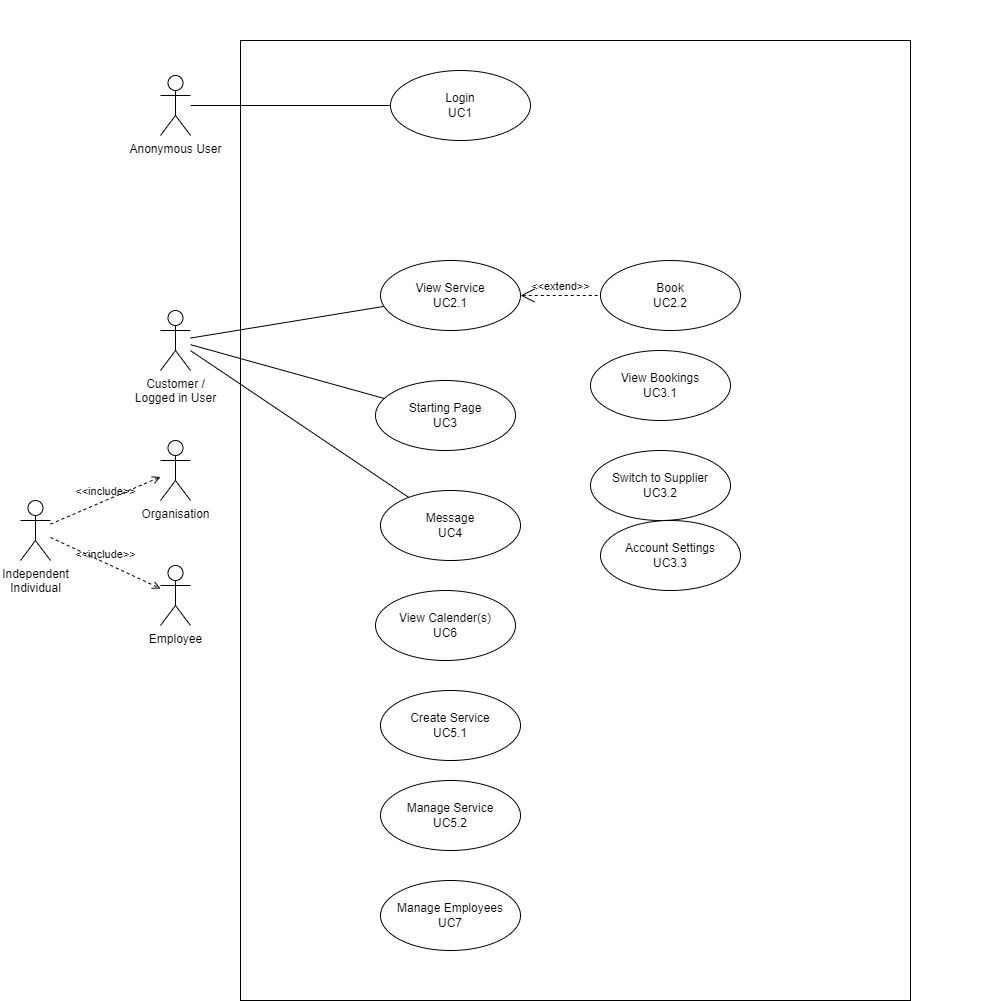
Humteria/booking-hive keeps this draw.io diagram as use-cases/use-cases.drawio.png. Above is the earlier version. Source tidied: cells renumbered, new cells last; positions are measured from the earlier drawing's top-left corner, leaving out a move shared by most shapes.
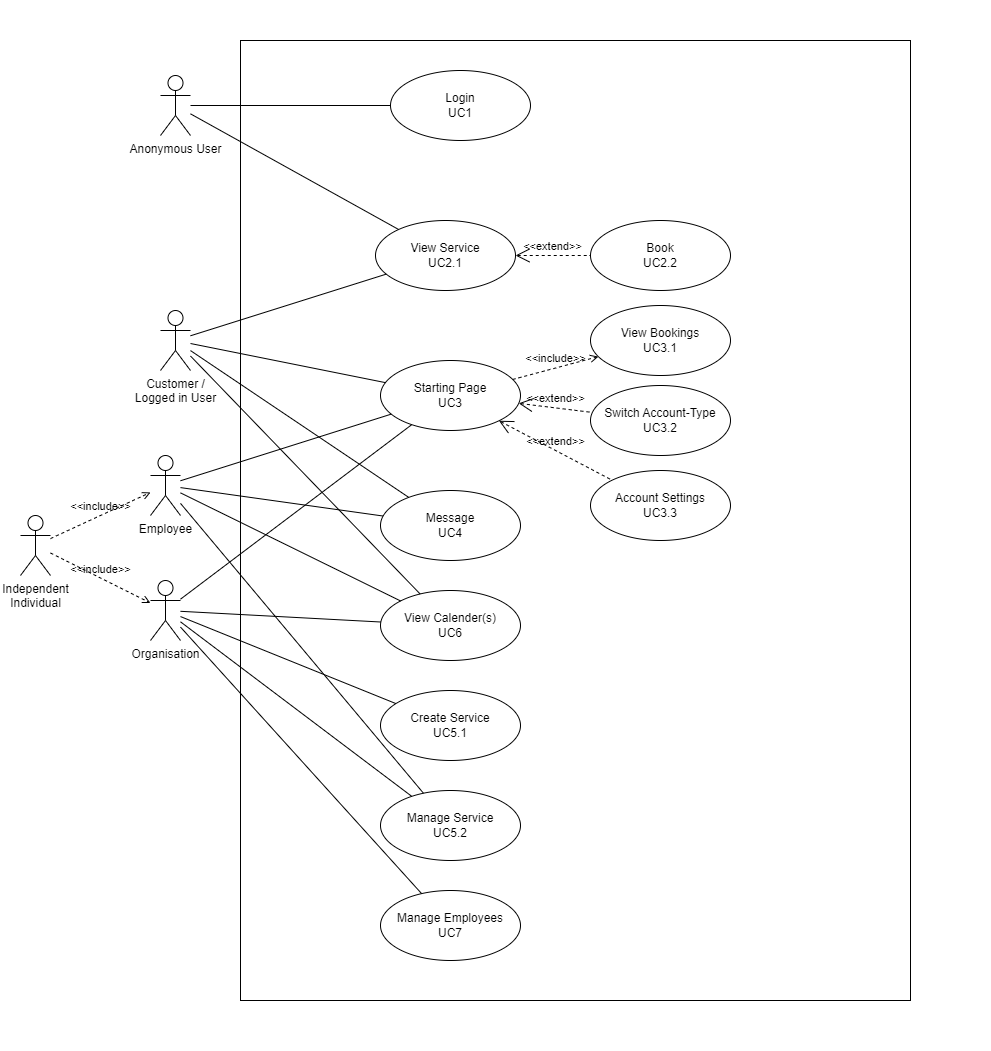
The same diagram one commit later.

Commit message:
Finish use-case diagram

Diff of the diagram source:
```diff
@@ -3,7 +3,7 @@
     <mxCell id="0" />
     <mxCell id="1" parent="0" />
     <mxCell id="2" style="rounded=0;whiteSpace=wrap;html=1;strokeColor=none;" parent="1" vertex="1">
-      <mxGeometry width="990" height="910" as="geometry" />
+      <mxGeometry width="990" height="1050" as="geometry" />
     </mxCell>
     <mxCell id="3" style="rounded=0;whiteSpace=wrap;html=1;" parent="1" vertex="1">
       <mxGeometry x="240" y="40" width="670" height="960" as="geometry" />
@@ -15,22 +15,22 @@
       <mxGeometry x="160" y="310" width="30" height="60" as="geometry" />
     </mxCell>
     <mxCell id="6" value="Organisation" style="shape=umlActor;verticalLabelPosition=bottom;verticalAlign=top;html=1;outlineConnect=0;" parent="1" vertex="1">
-      <mxGeometry x="160" y="440" width="30" height="60" as="geometry" />
+      <mxGeometry x="150" y="580" width="30" height="60" as="geometry" />
     </mxCell>
     <mxCell id="7" value="Independent&lt;br&gt;Individual" style="shape=umlActor;verticalLabelPosition=bottom;verticalAlign=top;html=1;outlineConnect=0;" parent="1" vertex="1">
-      <mxGeometry x="20" y="500" width="30" height="60" as="geometry" />
+      <mxGeometry x="20" y="515" width="30" height="60" as="geometry" />
     </mxCell>
     <mxCell id="8" value="Employee" style="shape=umlActor;verticalLabelPosition=bottom;verticalAlign=top;html=1;outlineConnect=0;" parent="1" vertex="1">
-      <mxGeometry x="160" y="565" width="30" height="60" as="geometry" />
+      <mxGeometry x="150" y="455" width="30" height="60" as="geometry" />
     </mxCell>
     <mxCell id="9" value="Login&lt;br&gt;UC1" style="ellipse;whiteSpace=wrap;html=1;" parent="1" vertex="1">
       <mxGeometry x="390" y="70" width="140" height="70" as="geometry" />
     </mxCell>
     <mxCell id="10" value="View Service&lt;br&gt;UC2.1" style="ellipse;whiteSpace=wrap;html=1;" parent="1" vertex="1">
-      <mxGeometry x="380" y="260" width="140" height="70" as="geometry" />
+      <mxGeometry x="375" y="220" width="140" height="70" as="geometry" />
     </mxCell>
     <mxCell id="11" value="Book&lt;br&gt;UC2.2" style="ellipse;whiteSpace=wrap;html=1;" parent="1" vertex="1">
-      <mxGeometry x="600" y="260" width="140" height="70" as="geometry" />
+      <mxGeometry x="590" y="220" width="140" height="70" as="geometry" />
     </mxCell>
     <mxCell id="12" value="&amp;lt;&amp;lt;extend&amp;gt;&amp;gt;" style="edgeStyle=none;html=1;startArrow=open;endArrow=none;startSize=12;verticalAlign=bottom;dashed=1;labelBackgroundColor=none;" parent="1" edge="1" source="10" target="11">
       <mxGeometry relative="1" as="geometry" />
@@ -42,16 +42,16 @@
       <mxGeometry relative="1" as="geometry" />
     </mxCell>
     <mxCell id="15" value="Starting Page&lt;br&gt;UC3" style="ellipse;whiteSpace=wrap;html=1;" parent="1" vertex="1">
-      <mxGeometry x="375" y="380" width="140" height="70" as="geometry" />
+      <mxGeometry x="380" y="360" width="140" height="70" as="geometry" />
     </mxCell>
     <mxCell id="16" value="View Bookings&lt;br&gt;UC3.1" style="ellipse;whiteSpace=wrap;html=1;" parent="1" vertex="1">
-      <mxGeometry x="590" y="350" width="140" height="70" as="geometry" />
+      <mxGeometry x="590" y="305" width="140" height="70" as="geometry" />
     </mxCell>
-    <mxCell id="17" value="Switch to Supplier&lt;br&gt;UC3.2" style="ellipse;whiteSpace=wrap;html=1;" parent="1" vertex="1">
-      <mxGeometry x="590" y="450" width="140" height="70" as="geometry" />
+    <mxCell id="17" value="Switch Account-Type&lt;br&gt;UC3.2" style="ellipse;whiteSpace=wrap;html=1;" parent="1" vertex="1">
+      <mxGeometry x="590" y="385" width="140" height="70" as="geometry" />
     </mxCell>
     <mxCell id="18" value="Account Settings&lt;br&gt;UC3.3" style="ellipse;whiteSpace=wrap;html=1;" parent="1" vertex="1">
-      <mxGeometry x="600" y="520" width="140" height="70" as="geometry" />
+      <mxGeometry x="590" y="470" width="140" height="70" as="geometry" />
     </mxCell>
     <mxCell id="19" value="Message&lt;br&gt;UC4" style="ellipse;whiteSpace=wrap;html=1;" parent="1" vertex="1">
       <mxGeometry x="380" y="490" width="140" height="70" as="geometry" />
@@ -72,13 +72,55 @@
       <mxGeometry x="380" y="690" width="140" height="70" as="geometry" />
     </mxCell>
     <mxCell id="25" value="Manage Service&lt;br&gt;UC5.2" style="ellipse;whiteSpace=wrap;html=1;" parent="1" vertex="1">
-      <mxGeometry x="380" y="780" width="140" height="70" as="geometry" />
+      <mxGeometry x="380" y="790" width="140" height="70" as="geometry" />
     </mxCell>
     <mxCell id="26" value="View Calender(s)&lt;br&gt;UC6" style="ellipse;whiteSpace=wrap;html=1;" parent="1" vertex="1">
-      <mxGeometry x="375" y="590" width="140" height="70" as="geometry" />
+      <mxGeometry x="380" y="590" width="140" height="70" as="geometry" />
     </mxCell>
     <mxCell id="27" value="Manage Employees&lt;br&gt;UC7" style="ellipse;whiteSpace=wrap;html=1;" parent="1" vertex="1">
-      <mxGeometry x="380" y="880" width="140" height="70" as="geometry" />
+      <mxGeometry x="380" y="890" width="140" height="70" as="geometry" />
     </mxCell>
+    <mxCell id="28" value="&amp;lt;&amp;lt;include&amp;gt;&amp;gt;" style="edgeStyle=none;html=1;endArrow=open;verticalAlign=bottom;dashed=1;labelBackgroundColor=none;" parent="1" edge="1" source="15" target="16">
+      <mxGeometry relative="1" as="geometry" />
+    </mxCell>
+    <mxCell id="29" value="&amp;lt;&amp;lt;extend&amp;gt;&amp;gt;" style="edgeStyle=none;html=1;startArrow=open;endArrow=none;startSize=12;verticalAlign=bottom;dashed=1;labelBackgroundColor=none;" parent="1" edge="1" source="15" target="17">
+      <mxGeometry relative="1" as="geometry" />
+    </mxCell>
+    <mxCell id="30" value="&amp;lt;&amp;lt;extend&amp;gt;&amp;gt;" style="edgeStyle=none;html=1;startArrow=open;endArrow=none;startSize=12;verticalAlign=bottom;dashed=1;labelBackgroundColor=none;" parent="1" edge="1" source="15" target="18">
+      <mxGeometry relative="1" as="geometry" />
+    </mxCell>
+    <mxCell id="31" style="edgeStyle=none;html=1;endArrow=none;verticalAlign=bottom;" parent="1" edge="1" source="5" target="26">
+      <mxGeometry relative="1" as="geometry" />
+    </mxCell>
+    <mxCell id="32" style="edgeStyle=none;html=1;endArrow=none;verticalAlign=bottom;" parent="1" edge="1" source="6" target="26">
+      <mxGeometry relative="1" as="geometry" />
+    </mxCell>
+    <mxCell id="33" style="edgeStyle=none;html=1;endArrow=none;verticalAlign=bottom;" parent="1" edge="1" source="6" target="24">
+      <mxGeometry relative="1" as="geometry" />
+    </mxCell>
+    <mxCell id="34" style="edgeStyle=none;html=1;endArrow=none;verticalAlign=bottom;" parent="1" edge="1" source="8" target="26">
+      <mxGeometry relative="1" as="geometry" />
+    </mxCell>
+    <mxCell id="35" style="edgeStyle=none;html=1;endArrow=none;verticalAlign=bottom;" parent="1" edge="1" source="8" target="19">
+      <mxGeometry relative="1" as="geometry" />
+    </mxCell>
+    <mxCell id="36" style="edgeStyle=none;html=1;endArrow=none;verticalAlign=bottom;" parent="1" edge="1" source="8" target="25">
+      <mxGeometry relative="1" as="geometry" />
+    </mxCell>
+    <mxCell id="37" style="edgeStyle=none;html=1;endArrow=none;verticalAlign=bottom;" parent="1" edge="1" source="6" target="25">
+      <mxGeometry relative="1" as="geometry" />
+    </mxCell>
+    <mxCell id="38" style="edgeStyle=none;html=1;endArrow=none;verticalAlign=bottom;" parent="1" edge="1" source="6" target="27">
+      <mxGeometry relative="1" as="geometry" />
+    </mxCell>
+    <mxCell id="39" style="edgeStyle=none;html=1;endArrow=none;verticalAlign=bottom;" parent="1" edge="1" source="4" target="10">
+      <mxGeometry relative="1" as="geometry" />
+    </mxCell>
+    <mxCell id="40" style="edgeStyle=none;html=1;endArrow=none;verticalAlign=bottom;" parent="1" edge="1" source="8" target="15">
+      <mxGeometry relative="1" as="geometry" />
+    </mxCell>
+    <mxCell id="41" style="edgeStyle=none;html=1;endArrow=none;verticalAlign=bottom;" parent="1" edge="1" source="6" target="15">
+      <mxGeometry relative="1" as="geometry" />
+    </mxCell>
   </root>
 </mxGraphModel>
```
